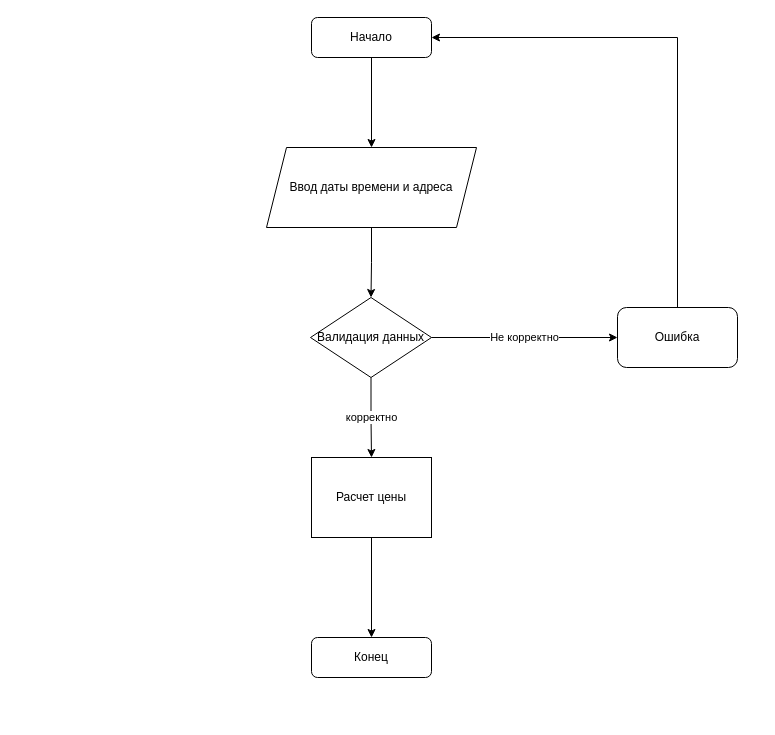
Before: yandex-routes-block-diagram.drawio in FreeStailer/QA_engineer, a draw.io diagram. Source tidied: cells renumbered, new cells numbered last; positions are measured from the earlier drawing's top-left corner, leaving out a move shared by most shapes. Both pictures are drawn from the tidied source at 100%, with x=0, y=0 at pixel (266, 17).
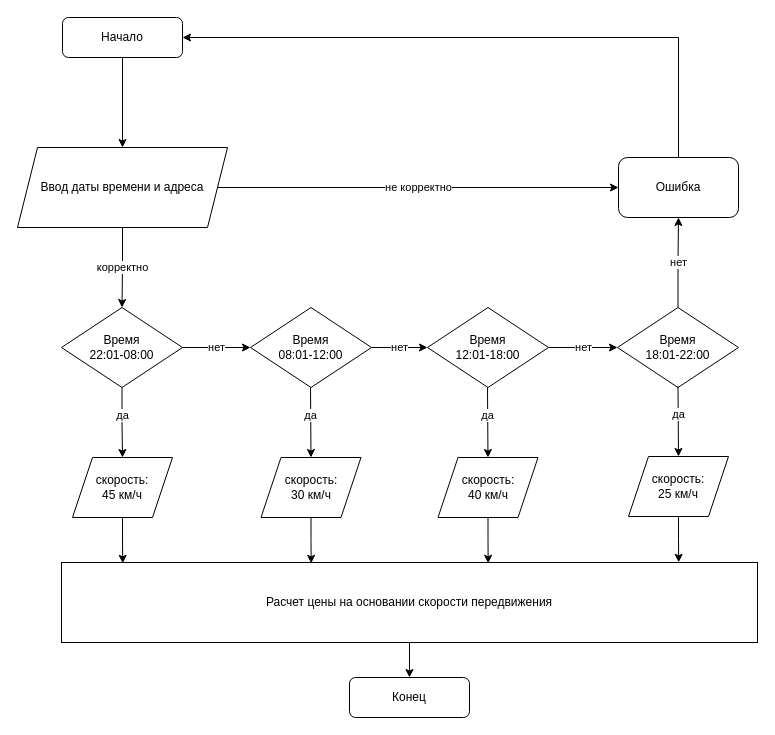
Above is the later version.

Change to the diagram source:
```diff
@@
-    <mxCell id="3" value="Начало" style="rounded=1;whiteSpace=wrap;html=1;" parent="1" vertex="1">
-      <mxGeometry x="45" width="120" height="40" as="geometry" />
+    <mxCell id="3" value="Начало" style="rounded=1;whiteSpace=wrap;html=1;fillColor=default;strokeColor=default;fontColor=default;" parent="1" vertex="1">
+      <mxGeometry x="-204" width="120" height="40" as="geometry" />
     </mxCell>
-    <mxCell id="4" value="Конец" style="rounded=1;whiteSpace=wrap;html=1;" parent="1" vertex="1">
-      <mxGeometry x="45" y="620" width="120" height="40" as="geometry" />
+    <mxCell id="4" value="Конец" style="rounded=1;whiteSpace=wrap;html=1;fillColor=default;strokeColor=default;fontColor=default;" parent="1" vertex="1">
+      <mxGeometry x="83" y="660" width="120" height="40" as="geometry" />
     </mxCell>
-    <mxCell id="5" value="корректно" style="edgeStyle=orthogonalEdgeStyle;rounded=0;jettySize=auto;html=1;" parent="1" edge="1" source="6" target="8">
-      <mxGeometry relative="1" as="geometry" />
-    </mxCell>
+    <mxCell id="14" value="да" style="edgeStyle=orthogonalEdgeStyle;rounded=0;jettySize=auto;html=1;labelBackgroundColor=default;fontColor=default;strokeColor=default;entryX=0.5;entryY=0;entryDx=0;entryDy=0;fillColor=default;" parent="1" edge="1" source="6" target="23">
+      <mxGeometry x="-0.17" relative="1" as="geometry">
+        <mxPoint y="-1" as="offset" />
+      </mxGeometry>
+    </mxCell>
-    <mxCell id="6" value="Валидация данных" style="rhombus;whiteSpace=wrap;html=1;" parent="1" vertex="1">
-      <mxGeometry x="44" y="280" width="121" height="80" as="geometry" />
+    <mxCell id="6" value="Время &lt;br&gt;22:01-08:00" style="rhombus;whiteSpace=wrap;html=1;fillColor=default;strokeColor=default;fontColor=default;" parent="1" vertex="1">
+      <mxGeometry x="-205" y="290" width="121" height="80" as="geometry" />
     </mxCell>
@@
-    <mxCell id="8" value="Расчет цены" style="rounded=0;whiteSpace=wrap;html=1;" parent="1" vertex="1">
-      <mxGeometry x="45" y="440" width="120" height="80" as="geometry" />
+    <mxCell id="8" value="Расчет цены на основании скорости передвижения" style="rounded=0;whiteSpace=wrap;html=1;fillColor=default;strokeColor=default;fontColor=default;" parent="1" vertex="1">
+      <mxGeometry x="-205" y="545" width="696" height="80" as="geometry" />
     </mxCell>
-    <mxCell id="9" style="edgeStyle=orthogonalEdgeStyle;rounded=0;jettySize=auto;html=1;" parent="1" edge="1" source="10" target="6">
+    <mxCell id="9" value="корректно" style="edgeStyle=orthogonalEdgeStyle;rounded=0;jettySize=auto;html=1;exitX=0.5;exitY=1;exitDx=0;exitDy=0;strokeColor=default;labelBackgroundColor=default;fontColor=default;" parent="1" edge="1" source="10" target="6">
       <mxGeometry relative="1" as="geometry" />
     </mxCell>
+    <mxCell id="15" value="не корректно" style="edgeStyle=orthogonalEdgeStyle;rounded=0;jettySize=auto;html=1;exitX=1;exitY=0.5;exitDx=0;exitDy=0;entryX=0;entryY=0.5;entryDx=0;entryDy=0;labelBackgroundColor=default;fontColor=default;strokeColor=default;" parent="1" edge="1" source="10" target="13">
+      <mxGeometry relative="1" as="geometry" />
+    </mxCell>
-    <mxCell id="10" value="Ввод даты времени и адреса" style="shape=parallelogram;perimeter=parallelogramPerimeter;whiteSpace=wrap;html=1;fixedSize=1;" parent="1" vertex="1">
-      <mxGeometry y="130" width="210" height="80" as="geometry" />
+    <mxCell id="10" value="Ввод даты времени и адреса" style="shape=parallelogram;perimeter=parallelogramPerimeter;whiteSpace=wrap;html=1;fixedSize=1;fillColor=default;strokeColor=default;fontColor=default;" parent="1" vertex="1">
+      <mxGeometry x="-249" y="130" width="210" height="80" as="geometry" />
     </mxCell>
-    <mxCell id="11" value="Не корректно" style="endArrow=classic;html=1;rounded=0;exitX=1;exitY=0.5;exitDx=0;exitDy=0;entryX=0;entryY=0.5;entryDx=0;entryDy=0;" parent="1" edge="1" source="6" target="13">
+    <mxCell id="11" value="нет" style="endArrow=classic;html=1;rounded=0;exitX=1;exitY=0.5;exitDx=0;exitDy=0;strokeColor=default;labelBackgroundColor=default;fontColor=default;entryX=0;entryY=0.5;entryDx=0;entryDy=0;" parent="1" edge="1" source="6" target="17">
       <mxGeometry relative="1" as="geometry" />
     </mxCell>
@@
-    <mxCell id="13" value="Ошибка" style="rounded=1;whiteSpace=wrap;html=1;" parent="1" vertex="1">
-      <mxGeometry x="351" y="290" width="120" height="60" as="geometry" />
+    <mxCell id="13" value="Ошибка" style="rounded=1;whiteSpace=wrap;html=1;fillColor=default;strokeColor=default;fontColor=default;" parent="1" vertex="1">
+      <mxGeometry x="352" y="140" width="120" height="60" as="geometry" />
     </mxCell>
+    <mxCell id="16" value="нет" style="edgeStyle=orthogonalEdgeStyle;rounded=0;jettySize=auto;html=1;labelBackgroundColor=default;fontColor=default;strokeColor=default;" parent="1" edge="1" source="17" target="19">
+      <mxGeometry relative="1" as="geometry" />
+    </mxCell>
+    <mxCell id="17" value="Время &lt;br&gt;08:01-12:00" style="rhombus;whiteSpace=wrap;html=1;fillColor=default;strokeColor=default;fontColor=default;" parent="1" vertex="1">
+      <mxGeometry x="-16" y="290" width="121" height="80" as="geometry" />
+    </mxCell>
+    <mxCell id="18" value="нет" style="edgeStyle=orthogonalEdgeStyle;rounded=0;jettySize=auto;html=1;labelBackgroundColor=default;fontColor=default;strokeColor=default;" parent="1" edge="1" source="19" target="21">
+      <mxGeometry relative="1" as="geometry" />
+    </mxCell>
+    <mxCell id="19" value="Время &lt;br&gt;12:01-18:00" style="rhombus;whiteSpace=wrap;html=1;fillColor=default;strokeColor=default;fontColor=default;" parent="1" vertex="1">
+      <mxGeometry x="161" y="290" width="121" height="80" as="geometry" />
+    </mxCell>
+    <mxCell id="20" value="нет" style="edgeStyle=orthogonalEdgeStyle;rounded=0;jettySize=auto;html=1;labelBackgroundColor=default;fontColor=default;strokeColor=default;" parent="1" edge="1" source="21" target="13">
+      <mxGeometry relative="1" as="geometry" />
+    </mxCell>
+    <mxCell id="21" value="Время &lt;br&gt;18:01-22:00" style="rhombus;whiteSpace=wrap;html=1;fillColor=default;strokeColor=default;fontColor=default;" parent="1" vertex="1">
+      <mxGeometry x="351" y="290" width="121" height="80" as="geometry" />
+    </mxCell>
+    <mxCell id="22" style="edgeStyle=orthogonalEdgeStyle;rounded=0;jettySize=auto;html=1;labelBackgroundColor=default;fontColor=default;strokeColor=default;entryX=0.088;entryY=0.01;entryDx=0;entryDy=0;entryPerimeter=0;fillColor=default;" parent="1" edge="1" source="23" target="8">
+      <mxGeometry relative="1" as="geometry" />
+    </mxCell>
+    <mxCell id="23" value="скорость:&lt;br&gt;45 км/ч" style="shape=parallelogram;perimeter=parallelogramPerimeter;whiteSpace=wrap;html=1;fixedSize=1;fillColor=default;strokeColor=default;fontColor=default;" parent="1" vertex="1">
+      <mxGeometry x="-194" y="440" width="100" height="60" as="geometry" />
+    </mxCell>
+    <mxCell id="24" value="да" style="edgeStyle=orthogonalEdgeStyle;rounded=0;jettySize=auto;html=1;labelBackgroundColor=default;fontColor=default;strokeColor=default;entryX=0.5;entryY=0;entryDx=0;entryDy=0;" parent="1" edge="1" target="26">
+      <mxGeometry x="-0.17" relative="1" as="geometry">
+        <mxPoint x="44" y="370" as="sourcePoint" />
+        <mxPoint y="-1" as="offset" />
+      </mxGeometry>
+    </mxCell>
+    <mxCell id="25" style="edgeStyle=orthogonalEdgeStyle;rounded=0;jettySize=auto;html=1;labelBackgroundColor=default;fontColor=default;strokeColor=default;entryX=0.088;entryY=0.01;entryDx=0;entryDy=0;entryPerimeter=0;" parent="1" edge="1" source="26">
+      <mxGeometry relative="1" as="geometry">
+        <mxPoint x="44.7" y="545.8" as="targetPoint" />
+      </mxGeometry>
+    </mxCell>
+    <mxCell id="26" value="скорость:&lt;br&gt;30 км/ч" style="shape=parallelogram;perimeter=parallelogramPerimeter;whiteSpace=wrap;html=1;fixedSize=1;fillColor=default;strokeColor=default;fontColor=default;labelBackgroundColor=default;" parent="1" vertex="1">
+      <mxGeometry x="-5.5" y="440" width="100" height="60" as="geometry" />
+    </mxCell>
+    <mxCell id="27" value="да" style="edgeStyle=orthogonalEdgeStyle;rounded=0;jettySize=auto;html=1;labelBackgroundColor=default;fontColor=default;strokeColor=default;entryX=0.5;entryY=0;entryDx=0;entryDy=0;" parent="1" edge="1" target="29">
+      <mxGeometry x="-0.17" relative="1" as="geometry">
+        <mxPoint x="221" y="370" as="sourcePoint" />
+        <mxPoint y="-1" as="offset" />
+      </mxGeometry>
+    </mxCell>
+    <mxCell id="28" style="edgeStyle=orthogonalEdgeStyle;rounded=0;jettySize=auto;html=1;labelBackgroundColor=default;fontColor=default;strokeColor=default;entryX=0.088;entryY=0.01;entryDx=0;entryDy=0;entryPerimeter=0;" parent="1" edge="1" source="29">
+      <mxGeometry relative="1" as="geometry">
+        <mxPoint x="221.7" y="545.8" as="targetPoint" />
+      </mxGeometry>
+    </mxCell>
+    <mxCell id="29" value="скорость:&lt;br&gt;40 км/ч" style="shape=parallelogram;perimeter=parallelogramPerimeter;whiteSpace=wrap;html=1;fixedSize=1;fillColor=default;strokeColor=default;fontColor=default;labelBackgroundColor=default;" parent="1" vertex="1">
+      <mxGeometry x="171.5" y="440" width="100" height="60" as="geometry" />
+    </mxCell>
+    <mxCell id="30" value="да" style="edgeStyle=orthogonalEdgeStyle;rounded=0;jettySize=auto;html=1;labelBackgroundColor=default;fontColor=default;strokeColor=default;entryX=0.5;entryY=0;entryDx=0;entryDy=0;" parent="1" edge="1" target="32">
+      <mxGeometry x="-0.17" relative="1" as="geometry">
+        <mxPoint x="411.5" y="369" as="sourcePoint" />
+        <mxPoint y="-1" as="offset" />
+      </mxGeometry>
+    </mxCell>
+    <mxCell id="31" style="edgeStyle=orthogonalEdgeStyle;rounded=0;jettySize=auto;html=1;labelBackgroundColor=default;fontColor=default;strokeColor=default;entryX=0.088;entryY=0.01;entryDx=0;entryDy=0;entryPerimeter=0;" parent="1" edge="1" source="32">
+      <mxGeometry relative="1" as="geometry">
+        <mxPoint x="412.2" y="544.8" as="targetPoint" />
+      </mxGeometry>
+    </mxCell>
+    <mxCell id="32" value="скорость:&lt;br&gt;25 км/ч" style="shape=parallelogram;perimeter=parallelogramPerimeter;whiteSpace=wrap;html=1;fixedSize=1;fillColor=default;strokeColor=default;fontColor=default;labelBackgroundColor=default;" parent="1" vertex="1">
+      <mxGeometry x="362" y="439" width="100" height="60" as="geometry" />
+    </mxCell>
```
